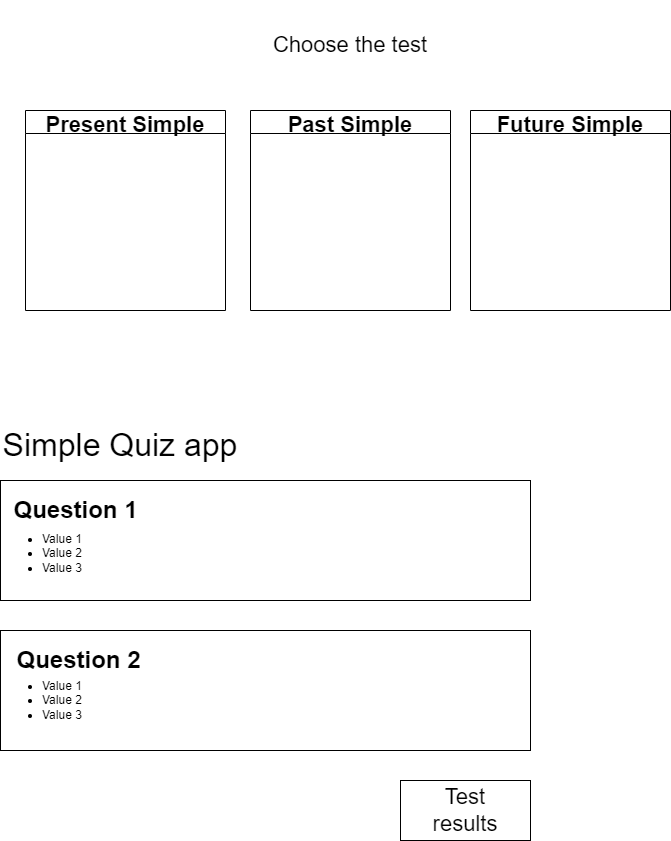
The draw.io diagram maket.drawio.png in shakhabova/quiz-app, before a commit. Source tidied: cells renumbered, new cells last; positions are measured from the earlier drawing's top-left corner, leaving out a move shared by most shapes. The source it was exported from:
```xml
<mxGraphModel>
  <root>
    <mxCell id="0" />
    <mxCell id="1" parent="0" />
    <mxCell id="2" style="rounded=0;whiteSpace=wrap;html=1;" parent="1" vertex="1">
      <mxGeometry y="480" width="530" height="120" as="geometry" />
    </mxCell>
    <mxCell id="3" value="&lt;ul&gt;&lt;li&gt;Value 1&lt;/li&gt;&lt;li&gt;Value 2&lt;/li&gt;&lt;li&gt;Value 3&lt;/li&gt;&lt;/ul&gt;" style="text;strokeColor=none;fillColor=none;html=1;whiteSpace=wrap;verticalAlign=middle;overflow=hidden;" parent="1" vertex="1">
      <mxGeometry y="510" width="150" height="85" as="geometry" />
    </mxCell>
    <mxCell id="4" value="Question 1" style="text;strokeColor=none;fillColor=none;html=1;fontSize=24;fontStyle=1;verticalAlign=middle;align=center;" parent="1" vertex="1">
      <mxGeometry x="25" y="490" width="100" height="40" as="geometry" />
    </mxCell>
    <mxCell id="5" style="rounded=0;whiteSpace=wrap;html=1;" parent="1" vertex="1">
      <mxGeometry y="630" width="530" height="120" as="geometry" />
    </mxCell>
    <mxCell id="6" value="Question 2" style="text;strokeColor=none;fillColor=none;html=1;fontSize=24;fontStyle=1;verticalAlign=middle;align=center;" parent="1" vertex="1">
      <mxGeometry x="25" y="640" width="105" height="40" as="geometry" />
    </mxCell>
    <mxCell id="7" value="&lt;ul&gt;&lt;li&gt;Value 1&lt;/li&gt;&lt;li&gt;Value 2&lt;/li&gt;&lt;li&gt;Value 3&lt;/li&gt;&lt;/ul&gt;" style="text;strokeColor=none;fillColor=none;html=1;whiteSpace=wrap;verticalAlign=middle;overflow=hidden;" parent="1" vertex="1">
      <mxGeometry y="660" width="100" height="80" as="geometry" />
    </mxCell>
    <mxCell id="8" value="Simple Quiz app" style="text;html=1;strokeColor=none;fillColor=none;align=center;verticalAlign=middle;whiteSpace=wrap;rounded=0;fontSize=32;" parent="1" vertex="1">
      <mxGeometry y="430" width="240" height="30" as="geometry" />
    </mxCell>
    <mxCell id="9" value="Test&lt;br&gt;results&lt;br&gt;" style="rounded=0;whiteSpace=wrap;html=1;fontSize=22;" parent="1" vertex="1">
      <mxGeometry x="400" y="780" width="130" height="60" as="geometry" />
    </mxCell>
    <mxCell id="10" value="Present Simple" style="swimlane;fontSize=22;" parent="1" vertex="1">
      <mxGeometry x="25" y="110" width="200" height="200" as="geometry" />
    </mxCell>
    <mxCell id="11" value="Past Simple" style="swimlane;fontSize=22;" parent="1" vertex="1">
      <mxGeometry x="250" y="110" width="200" height="200" as="geometry" />
    </mxCell>
    <mxCell id="12" value="Future Simple" style="swimlane;fontSize=22;" parent="1" vertex="1">
      <mxGeometry x="470" y="110" width="200" height="200" as="geometry" />
    </mxCell>
    <mxCell id="13" value="Choose the test" style="text;html=1;strokeColor=none;fillColor=none;align=center;verticalAlign=middle;whiteSpace=wrap;rounded=0;fontSize=22;" parent="1" vertex="1">
      <mxGeometry x="210" width="280" height="90" as="geometry" />
    </mxCell>
  </root>
</mxGraphModel>
```
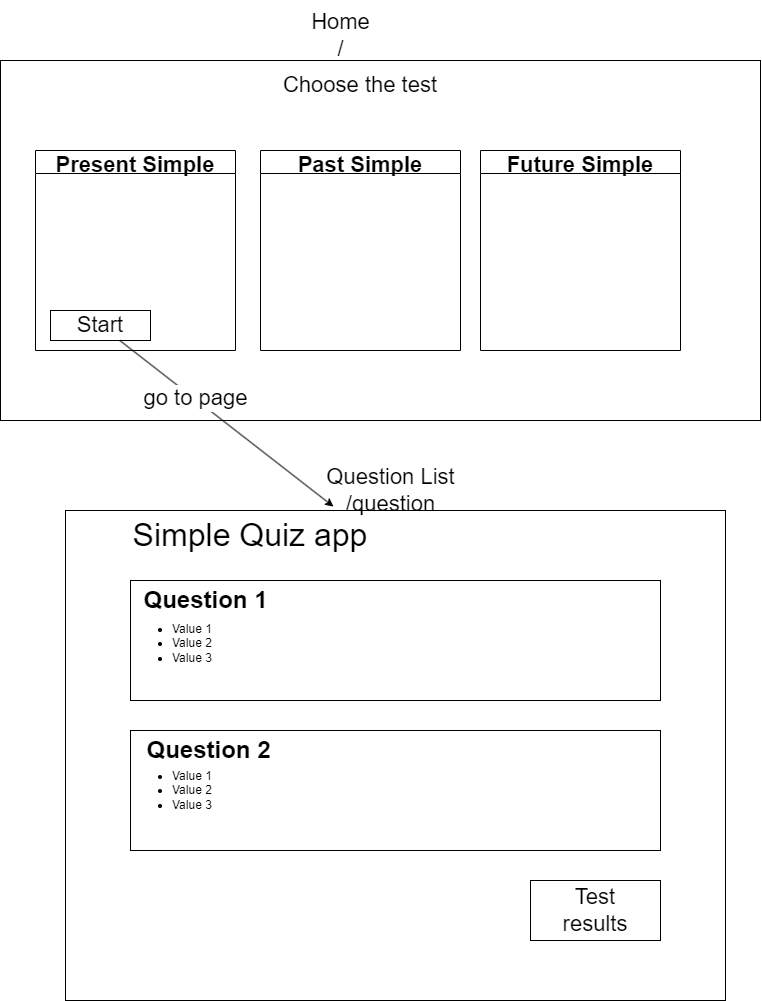
The same diagram one commit later.

What changed in the source:
```diff
@@ -3,28 +3,28 @@
     <mxCell id="0" />
     <mxCell id="1" parent="0" />
     <mxCell id="2" style="rounded=0;whiteSpace=wrap;html=1;" parent="1" vertex="1">
-      <mxGeometry y="480" width="530" height="120" as="geometry" />
+      <mxGeometry x="120" y="540" width="530" height="120" as="geometry" />
     </mxCell>
     <mxCell id="3" value="&lt;ul&gt;&lt;li&gt;Value 1&lt;/li&gt;&lt;li&gt;Value 2&lt;/li&gt;&lt;li&gt;Value 3&lt;/li&gt;&lt;/ul&gt;" style="text;strokeColor=none;fillColor=none;html=1;whiteSpace=wrap;verticalAlign=middle;overflow=hidden;" parent="1" vertex="1">
-      <mxGeometry y="510" width="150" height="85" as="geometry" />
+      <mxGeometry x="120" y="560" width="150" height="85" as="geometry" />
     </mxCell>
     <mxCell id="4" value="Question 1" style="text;strokeColor=none;fillColor=none;html=1;fontSize=24;fontStyle=1;verticalAlign=middle;align=center;" parent="1" vertex="1">
-      <mxGeometry x="25" y="490" width="100" height="40" as="geometry" />
+      <mxGeometry x="145" y="540" width="100" height="40" as="geometry" />
     </mxCell>
     <mxCell id="5" style="rounded=0;whiteSpace=wrap;html=1;" parent="1" vertex="1">
-      <mxGeometry y="630" width="530" height="120" as="geometry" />
+      <mxGeometry x="120" y="690" width="530" height="120" as="geometry" />
     </mxCell>
     <mxCell id="6" value="Question 2" style="text;strokeColor=none;fillColor=none;html=1;fontSize=24;fontStyle=1;verticalAlign=middle;align=center;" parent="1" vertex="1">
-      <mxGeometry x="25" y="640" width="105" height="40" as="geometry" />
+      <mxGeometry x="145" y="690" width="105" height="40" as="geometry" />
     </mxCell>
     <mxCell id="7" value="&lt;ul&gt;&lt;li&gt;Value 1&lt;/li&gt;&lt;li&gt;Value 2&lt;/li&gt;&lt;li&gt;Value 3&lt;/li&gt;&lt;/ul&gt;" style="text;strokeColor=none;fillColor=none;html=1;whiteSpace=wrap;verticalAlign=middle;overflow=hidden;" parent="1" vertex="1">
-      <mxGeometry y="660" width="100" height="80" as="geometry" />
+      <mxGeometry x="120" y="710" width="100" height="80" as="geometry" />
     </mxCell>
     <mxCell id="8" value="Simple Quiz app" style="text;html=1;strokeColor=none;fillColor=none;align=center;verticalAlign=middle;whiteSpace=wrap;rounded=0;fontSize=32;" parent="1" vertex="1">
-      <mxGeometry y="430" width="240" height="30" as="geometry" />
+      <mxGeometry x="120" y="480" width="240" height="30" as="geometry" />
     </mxCell>
     <mxCell id="9" value="Test&lt;br&gt;results&lt;br&gt;" style="rounded=0;whiteSpace=wrap;html=1;fontSize=22;" parent="1" vertex="1">
-      <mxGeometry x="400" y="780" width="130" height="60" as="geometry" />
+      <mxGeometry x="520" y="840" width="130" height="60" as="geometry" />
     </mxCell>
     <mxCell id="10" value="Present Simple" style="swimlane;fontSize=22;" parent="1" vertex="1">
       <mxGeometry x="25" y="110" width="200" height="200" as="geometry" />
@@ -38,5 +38,26 @@
     <mxCell id="13" value="Choose the test" style="text;html=1;strokeColor=none;fillColor=none;align=center;verticalAlign=middle;whiteSpace=wrap;rounded=0;fontSize=22;" parent="1" vertex="1">
       <mxGeometry x="210" width="280" height="90" as="geometry" />
     </mxCell>
+    <mxCell id="14" style="rounded=0;whiteSpace=wrap;html=1;fontSize=22;fillColor=none;" parent="1" vertex="1">
+      <mxGeometry x="-10" y="20" width="760" height="360" as="geometry" />
+    </mxCell>
+    <mxCell id="15" value="Home&lt;br&gt;/" style="text;html=1;align=center;verticalAlign=middle;strokeColor=none;fillColor=none;fontSize=22;" parent="1" vertex="1">
+      <mxGeometry x="290" y="-40" width="80" height="70" as="geometry" />
+    </mxCell>
+    <mxCell id="16" value="Start" style="rounded=0;whiteSpace=wrap;html=1;fontSize=22;fillColor=none;" parent="1" vertex="1">
+      <mxGeometry x="40" y="270" width="100" height="30" as="geometry" />
+    </mxCell>
+    <mxCell id="17" style="rounded=0;whiteSpace=wrap;html=1;fontSize=22;fillColor=none;" parent="1" vertex="1">
+      <mxGeometry x="55" y="470" width="660" height="490" as="geometry" />
+    </mxCell>
+    <mxCell id="18" style="endArrow=classic;html=1;fontSize=22;entryX=0.406;entryY=-0.008;entryDx=0;entryDy=0;entryPerimeter=0;" parent="1" edge="1" source="16" target="17">
+      <mxGeometry relative="1" as="geometry" />
+    </mxCell>
+    <mxCell id="19" value="go to page" style="edgeLabel;html=1;align=center;verticalAlign=middle;fontSize=22;" parent="18" vertex="1">
+      <mxGeometry x="-0.31" y="1" relative="1" as="geometry" />
+    </mxCell>
+    <mxCell id="20" value="Question List&lt;br&gt;/question&lt;br&gt;" style="text;html=1;align=center;verticalAlign=middle;strokeColor=none;fillColor=none;fontSize=22;" parent="1" vertex="1">
+      <mxGeometry x="305" y="415" width="150" height="70" as="geometry" />
+    </mxCell>
   </root>
 </mxGraphModel>
```
